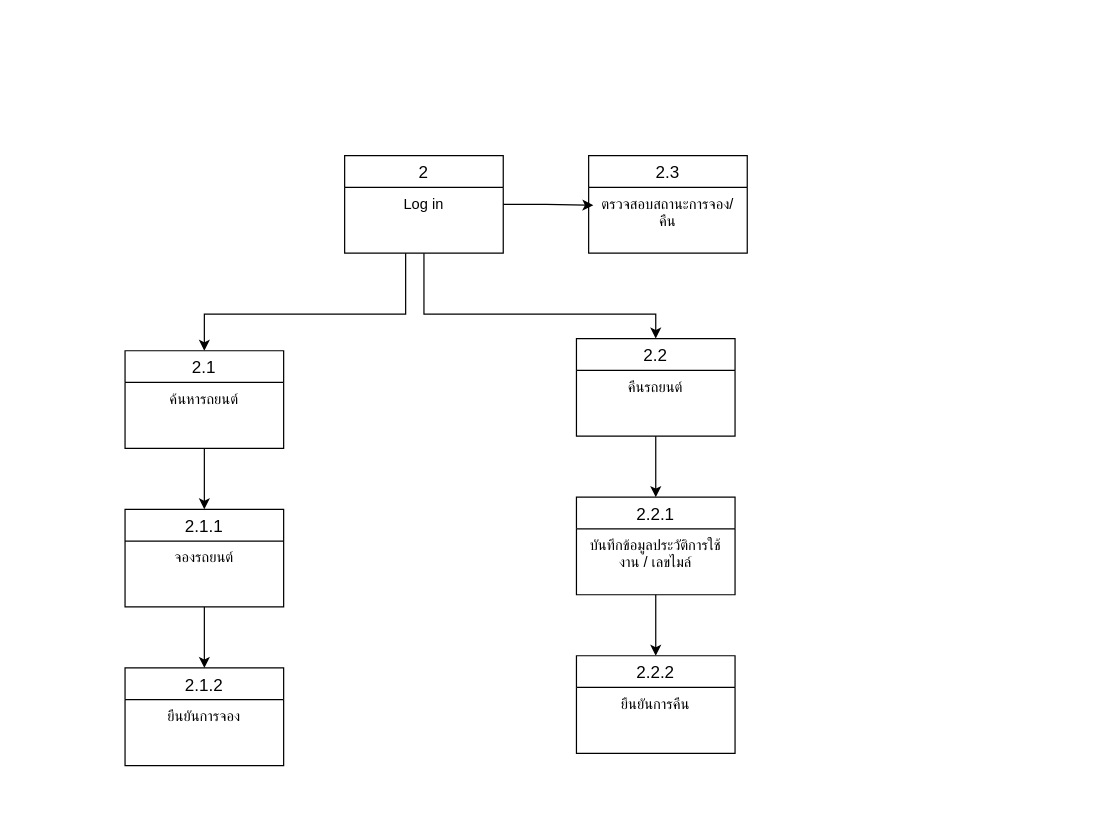
This is docs/DFDL2_2.drawio from Anurak-Creator/ANURAK-HOMELAB, a draw.io file, before an edit. Source tidied: cells renumbered, new cells numbered last; positions are measured from the earlier drawing's top-left corner, leaving out a move shared by most shapes. Both pictures are drawn from the tidied source at 122%, with x=0, y=0 at pixel (124, 155).
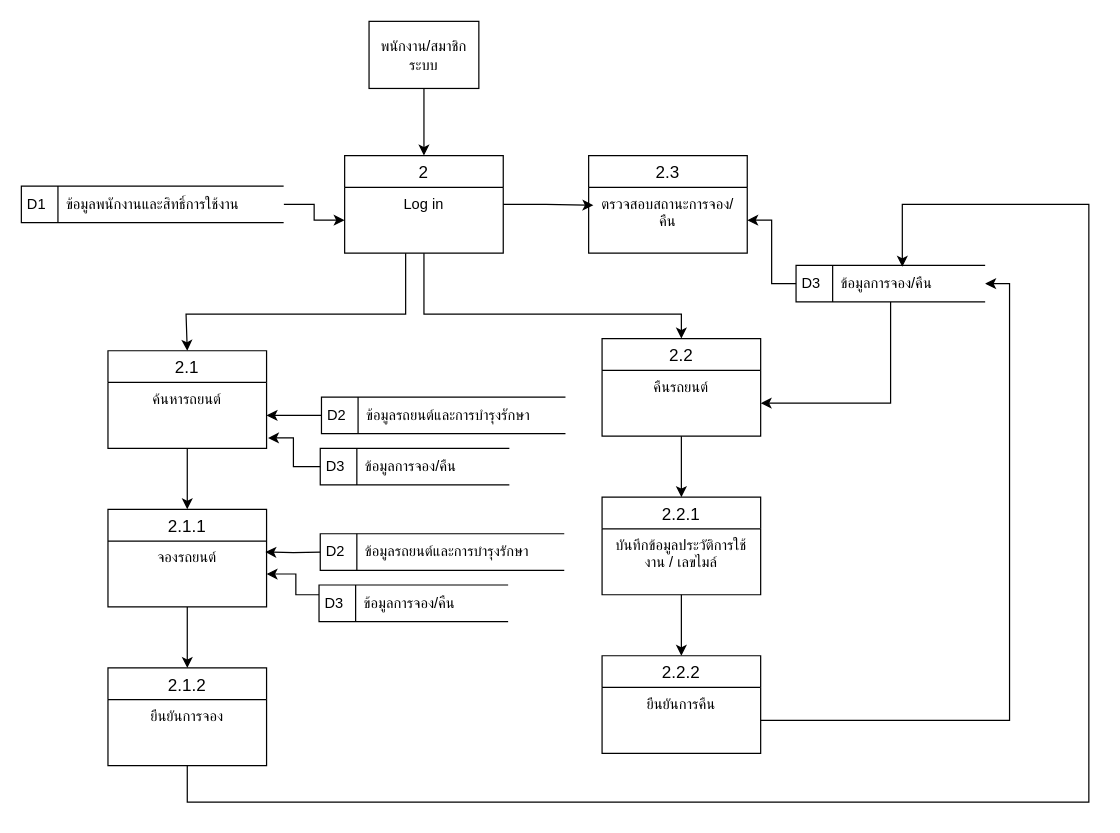
Above is the later version.

Unchanged cells that the change refers to:
```xml
<mxCell id="4" value="2" style="swimlane;fontStyle=0;horizontal=1;startSize=26;align=center;fontSize=14;labelBackgroundColor=none;" parent="1" vertex="1">
  <mxGeometry x="180" width="130" height="80" as="geometry" />
</mxCell>
<mxCell id="5" value="Log in" style="text;spacingLeft=4;spacingRight=4;overflow=hidden;points=[[0,0.5],[1,0.5]];portConstraint=eastwest;fontSize=12;whiteSpace=wrap;html=1;labelBackgroundColor=none;align=center;" parent="4" vertex="1">
  <mxGeometry y="26" width="130" height="54" as="geometry" />
</mxCell>
<mxCell id="8" value="คืนรถยนต์" style="text;spacingLeft=4;spacingRight=4;overflow=hidden;points=[[0,0.5],[1,0.5]];portConstraint=eastwest;fontSize=12;whiteSpace=wrap;html=1;labelBackgroundColor=none;align=center;" parent="7" vertex="1">
  <mxGeometry y="26" width="130" height="54" as="geometry" />
</mxCell>
<mxCell id="11" value="ค้นหารถยนต์" style="text;spacingLeft=4;spacingRight=4;overflow=hidden;points=[[0,0.5],[1,0.5]];portConstraint=eastwest;fontSize=12;whiteSpace=wrap;html=1;labelBackgroundColor=none;align=center;" parent="10" vertex="1">
  <mxGeometry y="26" width="130" height="54" as="geometry" />
</mxCell>
<mxCell id="16" value="ยืนยันการจอง" style="text;spacingLeft=4;spacingRight=4;overflow=hidden;points=[[0,0.5],[1,0.5]];portConstraint=eastwest;fontSize=12;whiteSpace=wrap;html=1;labelBackgroundColor=none;align=center;" parent="15" vertex="1">
  <mxGeometry y="26" width="130" height="54" as="geometry" />
</mxCell>
<mxCell id="21" value="ยืนยันการคืน" style="text;spacingLeft=4;spacingRight=4;overflow=hidden;points=[[0,0.5],[1,0.5]];portConstraint=eastwest;fontSize=12;whiteSpace=wrap;html=1;labelBackgroundColor=none;align=center;" parent="20" vertex="1">
  <mxGeometry y="26" width="130" height="54" as="geometry" />
</mxCell>
<mxCell id="23" value="ตรวจสอบสถานะการจอง/คืน" style="text;spacingLeft=4;spacingRight=4;overflow=hidden;points=[[0,0.5],[1,0.5]];portConstraint=eastwest;fontSize=12;whiteSpace=wrap;html=1;labelBackgroundColor=none;align=center;" parent="22" vertex="1">
  <mxGeometry y="26" width="130" height="54" as="geometry" />
</mxCell>
```

Change to the diagram source:
```diff
@@
     <mxCell id="2" style="edgeStyle=orthogonalEdgeStyle;rounded=0;jettySize=auto;html=1;entryX=0.5;entryY=0;entryDx=0;entryDy=0;defaultLabelBackgroundColor=page;labelPadding=0 4;" parent="1" edge="1" source="4" target="10">
       <mxGeometry relative="1" as="geometry">
         <Array as="points">
           <mxPoint x="230" y="130" />
-          <mxPoint x="65" y="130" />
+          <mxPoint x="50" y="130" />
         </Array>
       </mxGeometry>
     </mxCell>
     <mxCell id="3" style="edgeStyle=orthogonalEdgeStyle;rounded=0;jettySize=auto;html=1;entryX=0.5;entryY=0;entryDx=0;entryDy=0;defaultLabelBackgroundColor=page;labelPadding=0 4;" parent="1" edge="1" source="4" target="7">
       <mxGeometry relative="1" as="geometry">
         <Array as="points">
           <mxPoint x="245" y="130" />
-          <mxPoint x="435" y="130" />
+          <mxPoint x="456" y="130" />
         </Array>
       </mxGeometry>
     </mxCell>
@@
     <mxCell id="7" value="2.2" style="swimlane;fontStyle=0;horizontal=1;startSize=26;align=center;fontSize=14;labelBackgroundColor=none;" parent="1" vertex="1">
-      <mxGeometry x="370" y="150" width="130" height="80" as="geometry" />
+      <mxGeometry x="391" y="150" width="130" height="80" as="geometry" />
     </mxCell>
@@
     <mxCell id="10" value="2.1" style="swimlane;fontStyle=0;horizontal=1;startSize=26;align=center;fontSize=14;labelBackgroundColor=none;" parent="1" vertex="1">
-      <mxGeometry y="160" width="130" height="80" as="geometry" />
+      <mxGeometry x="-14" y="160" width="130" height="80" as="geometry" />
     </mxCell>
@@
     <mxCell id="13" value="2.1.1" style="swimlane;fontStyle=0;horizontal=1;startSize=26;align=center;fontSize=14;labelBackgroundColor=none;" parent="1" vertex="1">
-      <mxGeometry y="290" width="130" height="80" as="geometry" />
+      <mxGeometry x="-14" y="290" width="130" height="80" as="geometry" />
     </mxCell>
@@
     <mxCell id="15" value="2.1.2" style="swimlane;fontStyle=0;horizontal=1;startSize=26;align=center;fontSize=14;labelBackgroundColor=none;" parent="1" vertex="1">
-      <mxGeometry y="420" width="130" height="80" as="geometry" />
+      <mxGeometry x="-14" y="420" width="130" height="80" as="geometry" />
     </mxCell>
@@
     <mxCell id="18" value="2.2.1" style="swimlane;fontStyle=0;horizontal=1;startSize=26;align=center;fontSize=14;labelBackgroundColor=none;" parent="1" vertex="1">
-      <mxGeometry x="370" y="280" width="130" height="80" as="geometry" />
+      <mxGeometry x="391" y="280" width="130" height="80" as="geometry" />
     </mxCell>
@@
     <mxCell id="20" value="2.2.2" style="swimlane;fontStyle=0;horizontal=1;startSize=26;align=center;fontSize=14;labelBackgroundColor=none;" parent="1" vertex="1">
-      <mxGeometry x="370" y="410" width="130" height="80" as="geometry" />
+      <mxGeometry x="391" y="410" width="130" height="80" as="geometry" />
     </mxCell>
@@
+    <mxCell id="25" style="edgeStyle=orthogonalEdgeStyle;rounded=0;jettySize=auto;html=1;defaultLabelBackgroundColor=page;labelPadding=0 4;" parent="1" edge="1" source="26" target="5">
+      <mxGeometry relative="1" as="geometry" />
+    </mxCell>
+    <mxCell id="26" value="D1&amp;nbsp; &amp;nbsp; &amp;nbsp;ข้อมูลพนักงานและสิทธิ์การใช้งาน" style="html=1;dashed=0;whiteSpace=wrap;shape=mxgraph.dfd.dataStoreID;align=left;spacingLeft=3;points=[[0,0],[0.5,0],[1,0],[0,0.5],[1,0.5],[0,1],[0.5,1],[1,1]];labelBackgroundColor=none;" parent="1" vertex="1">
+      <mxGeometry x="-85" y="25" width="215" height="30" as="geometry" />
+    </mxCell>
+    <mxCell id="27" value="D2&amp;nbsp; &amp;nbsp; &amp;nbsp;ข้อมูลรถยนต์และการบำรุงรักษา" style="html=1;dashed=0;whiteSpace=wrap;shape=mxgraph.dfd.dataStoreID;align=left;spacingLeft=3;points=[[0,0],[0.5,0],[1,0],[0,0.5],[1,0.5],[0,1],[0.5,1],[1,1]];labelBackgroundColor=none;" parent="1" vertex="1">
+      <mxGeometry x="161" y="198" width="200" height="30" as="geometry" />
+    </mxCell>
+    <mxCell id="28" style="edgeStyle=orthogonalEdgeStyle;rounded=0;jettySize=auto;html=1;entryX=1;entryY=0.5;entryDx=0;entryDy=0;defaultLabelBackgroundColor=page;labelPadding=0 4;startArrow=none;startFill=0;endArrow=classic;endFill=1;" parent="1" edge="1" source="29" target="8">
+      <mxGeometry relative="1" as="geometry" />
+    </mxCell>
+    <mxCell id="29" value="D3&amp;nbsp; &amp;nbsp; &amp;nbsp;ข้อมูลการจอง/คืน" style="html=1;dashed=0;whiteSpace=wrap;shape=mxgraph.dfd.dataStoreID;align=left;spacingLeft=3;points=[[0,0],[0.5,0],[1,0],[0,0.5],[1,0.5],[0,1],[0.5,1],[1,1]];labelBackgroundColor=none;" parent="1" vertex="1">
+      <mxGeometry x="550" y="90" width="155" height="30" as="geometry" />
+    </mxCell>
+    <mxCell id="30" style="edgeStyle=orthogonalEdgeStyle;rounded=0;jettySize=auto;html=1;defaultLabelBackgroundColor=page;labelPadding=0 4;entryX=0.5;entryY=0;entryDx=0;entryDy=0;" parent="1" edge="1" source="31" target="4">
+      <mxGeometry relative="1" as="geometry" />
+    </mxCell>
+    <mxCell id="31" value="พนักงาน/สมาชิกระบบ" style="html=1;dashed=0;whiteSpace=wrap;labelBackgroundColor=none;" parent="1" vertex="1">
+      <mxGeometry x="200" y="-110" width="90" height="55" as="geometry" />
+    </mxCell>
+    <mxCell id="32" style="edgeStyle=orthogonalEdgeStyle;rounded=0;jettySize=auto;html=1;entryX=0;entryY=0.5;entryDx=0;entryDy=0;defaultLabelBackgroundColor=page;labelPadding=0 4;startArrow=classic;startFill=1;endArrow=none;endFill=0;" parent="1" edge="1" source="23" target="29">
+      <mxGeometry relative="1" as="geometry" />
+    </mxCell>
+    <mxCell id="33" style="edgeStyle=orthogonalEdgeStyle;rounded=0;jettySize=auto;html=1;entryX=0;entryY=0.5;entryDx=0;entryDy=0;defaultLabelBackgroundColor=page;labelPadding=0 4;startArrow=classic;startFill=1;endArrow=none;endFill=0;" parent="1" edge="1" source="11" target="27">
+      <mxGeometry relative="1" as="geometry" />
+    </mxCell>
+    <mxCell id="34" value="D3&amp;nbsp; &amp;nbsp; &amp;nbsp;ข้อมูลการจอง/คืน" style="html=1;dashed=0;whiteSpace=wrap;shape=mxgraph.dfd.dataStoreID;align=left;spacingLeft=3;points=[[0,0],[0.5,0],[1,0],[0,0.5],[1,0.5],[0,1],[0.5,1],[1,1]];labelBackgroundColor=none;" parent="1" vertex="1">
+      <mxGeometry x="160" y="240" width="155" height="30" as="geometry" />
+    </mxCell>
+    <mxCell id="35" style="edgeStyle=orthogonalEdgeStyle;rounded=0;jettySize=auto;html=1;entryX=1.009;entryY=0.842;entryDx=0;entryDy=0;entryPerimeter=0;defaultLabelBackgroundColor=page;labelPadding=0 4;" parent="1" edge="1" source="34" target="11">
+      <mxGeometry x="0.09" relative="1" as="geometry" />
+    </mxCell>
+    <mxCell id="36" style="edgeStyle=orthogonalEdgeStyle;rounded=0;jettySize=auto;html=1;entryX=1;entryY=0.5;entryDx=0;entryDy=0;defaultLabelBackgroundColor=page;labelPadding=0 4;" parent="1" edge="1" source="21" target="29">
+      <mxGeometry relative="1" as="geometry" />
+    </mxCell>
+    <mxCell id="37" style="edgeStyle=orthogonalEdgeStyle;rounded=0;jettySize=auto;html=1;entryX=0.562;entryY=0.041;entryDx=0;entryDy=0;entryPerimeter=0;defaultLabelBackgroundColor=page;labelPadding=0 4;" parent="1" edge="1" source="16" target="29">
+      <mxGeometry x="-0.31" relative="1" as="geometry">
+        <Array as="points">
+          <mxPoint x="51" y="530" />
+          <mxPoint x="790" y="530" />
+          <mxPoint x="790" y="40" />
+          <mxPoint x="637.1" y="40" />
+        </Array>
+      </mxGeometry>
+    </mxCell>
+    <mxCell id="38" value="D2&amp;nbsp; &amp;nbsp; &amp;nbsp;ข้อมูลรถยนต์และการบำรุงรักษา" style="html=1;dashed=0;whiteSpace=wrap;shape=mxgraph.dfd.dataStoreID;align=left;spacingLeft=3;points=[[0,0],[0.5,0],[1,0],[0,0.5],[1,0.5],[0,1],[0.5,1],[1,1]];labelBackgroundColor=none;" parent="1" vertex="1">
+      <mxGeometry x="160" y="310" width="200" height="30" as="geometry" />
+    </mxCell>
+    <mxCell id="39" style="edgeStyle=orthogonalEdgeStyle;rounded=0;jettySize=auto;html=1;entryX=0;entryY=0.5;entryDx=0;entryDy=0;defaultLabelBackgroundColor=page;labelPadding=0 4;startArrow=classic;startFill=1;endArrow=none;endFill=0;" parent="1" edge="1" target="38">
+      <mxGeometry relative="1" as="geometry">
+        <mxPoint x="115" y="325" as="sourcePoint" />
+      </mxGeometry>
+    </mxCell>
+    <mxCell id="40" value="D3&amp;nbsp; &amp;nbsp; &amp;nbsp;ข้อมูลการจอง/คืน" style="html=1;dashed=0;whiteSpace=wrap;shape=mxgraph.dfd.dataStoreID;align=left;spacingLeft=3;points=[[0,0],[0.5,0],[1,0],[0,0.5],[1,0.5],[0,1],[0.5,1],[1,1]];labelBackgroundColor=none;" parent="1" vertex="1">
+      <mxGeometry x="159" y="352" width="155" height="30" as="geometry" />
+    </mxCell>
+    <mxCell id="41" style="edgeStyle=orthogonalEdgeStyle;rounded=0;jettySize=auto;html=1;entryX=1.009;entryY=0.842;entryDx=0;entryDy=0;entryPerimeter=0;defaultLabelBackgroundColor=page;labelPadding=0 4;" parent="1" edge="1" source="40">
+      <mxGeometry x="0.1" relative="1" as="geometry">
+        <mxPoint x="116" y="343" as="targetPoint" />
+        <Array as="points">
+          <mxPoint x="140" y="360" />
+          <mxPoint x="140" y="343" />
+        </Array>
+      </mxGeometry>
+    </mxCell>
```
